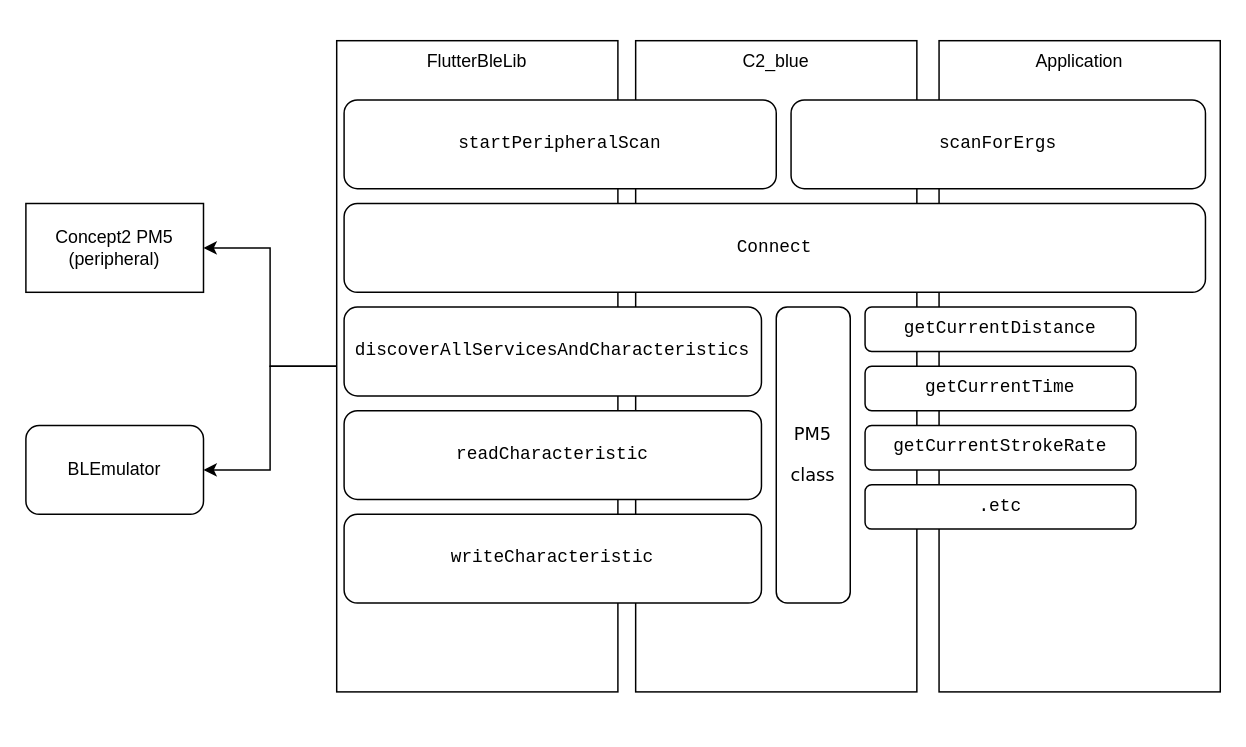
The draw.io diagram docs/diagrams/C2_blue_design.drawio in OpenRowingCommunity/c2bluetooth, before the edit. Source tidied: cells renumbered, new cells numbered last; positions are measured from the earlier drawing's top-left corner, leaving out a move shared by most shapes. Both pictures are drawn from the tidied source at 148%, with x=0, y=0 at pixel (25, 40).
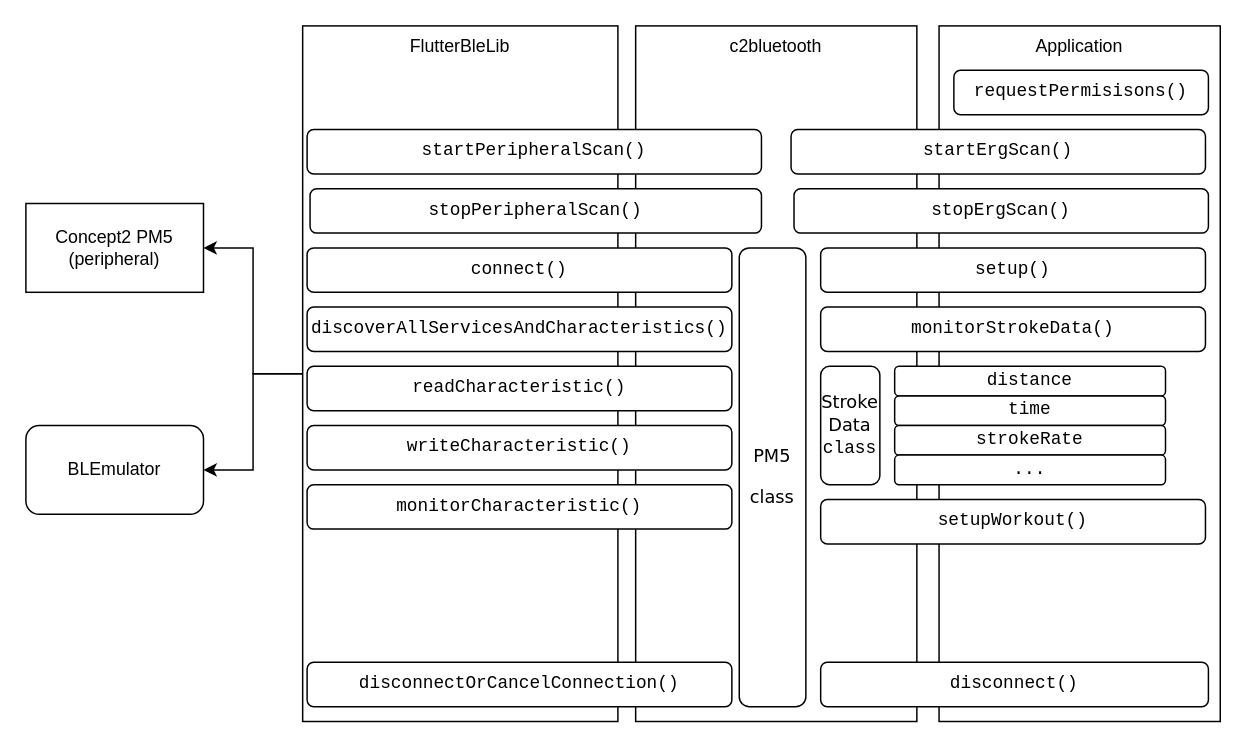
Above is the later version.

Commit message:
update design diagram with more methods

The edit, as a diff of the source:
```diff
@@
     <mxCell id="6" value="FlutterBleLib" style="rounded=0;whiteSpace=wrap;html=1;verticalAlign=top;" parent="1" vertex="1">
-      <mxGeometry x="210" width="190" height="440" as="geometry" />
+      <mxGeometry x="187" y="-10" width="213" height="470" as="geometry" />
     </mxCell>
-    <mxCell id="7" value="C2_blue" style="rounded=0;whiteSpace=wrap;html=1;verticalAlign=top;" parent="1" vertex="1">
-      <mxGeometry x="412" width="190" height="440" as="geometry" />
+    <mxCell id="7" value="c2bluetooth" style="rounded=0;whiteSpace=wrap;html=1;verticalAlign=top;" parent="1" vertex="1">
+      <mxGeometry x="412" y="-10" width="190" height="470" as="geometry" />
     </mxCell>
     <mxCell id="8" value="Application" style="rounded=0;whiteSpace=wrap;html=1;verticalAlign=top;" parent="1" vertex="1">
-      <mxGeometry x="617" width="190" height="440" as="geometry" />
+      <mxGeometry x="617" y="-10" width="190" height="470" as="geometry" />
     </mxCell>
-    <mxCell id="9" value="&lt;pre&gt;&lt;span class=&quot;pl-en&quot;&gt;startPeripheralScan&lt;/span&gt;&lt;/pre&gt;" style="rounded=1;whiteSpace=wrap;html=1;" parent="1" vertex="1">
-      <mxGeometry x="215" y="40" width="292" height="60" as="geometry" />
+    <mxCell id="9" value="&lt;pre&gt;&lt;span class=&quot;pl-en&quot;&gt;startPeripheralScan()&lt;/span&gt;&lt;/pre&gt;" style="rounded=1;whiteSpace=wrap;html=1;" parent="1" vertex="1">
+      <mxGeometry x="190" y="60" width="307" height="30" as="geometry" />
     </mxCell>
-    <mxCell id="10" value="&lt;pre&gt;&lt;span class=&quot;pl-en&quot;&gt;Connect&lt;/span&gt;&lt;/pre&gt;" style="rounded=1;whiteSpace=wrap;html=1;" parent="1" vertex="1">
-      <mxGeometry x="215" y="110" width="582" height="60" as="geometry" />
+    <mxCell id="10" value="&lt;pre&gt;&lt;span class=&quot;pl-en&quot;&gt;connect()&lt;/span&gt;&lt;/pre&gt;" style="rounded=1;whiteSpace=wrap;html=1;" parent="1" vertex="1">
+      <mxGeometry x="190" y="140" width="287" height="30" as="geometry" />
     </mxCell>
-    <mxCell id="11" value="&lt;pre&gt;&lt;span class=&quot;pl-en&quot;&gt;discoverAllServicesAndCharacteristics&lt;/span&gt;&lt;/pre&gt;" style="rounded=1;whiteSpace=wrap;html=1;" parent="1" vertex="1">
-      <mxGeometry x="215" y="180" width="282" height="60" as="geometry" />
+    <mxCell id="11" value="&lt;pre&gt;&lt;span class=&quot;pl-en&quot;&gt;discoverAllServicesAndCharacteristics()&lt;/span&gt;&lt;/pre&gt;" style="rounded=1;whiteSpace=wrap;html=1;" parent="1" vertex="1">
+      <mxGeometry x="190" y="180" width="287" height="30" as="geometry" />
     </mxCell>
-    <mxCell id="12" value="&lt;pre&gt;scanForErgs&lt;/pre&gt;" style="rounded=1;whiteSpace=wrap;html=1;" parent="1" vertex="1">
-      <mxGeometry x="517" y="40" width="280" height="60" as="geometry" />
+    <mxCell id="12" value="&lt;pre&gt;startErgScan()&lt;/pre&gt;" style="rounded=1;whiteSpace=wrap;html=1;" parent="1" vertex="1">
+      <mxGeometry x="517" y="60" width="280" height="30" as="geometry" />
     </mxCell>
-    <mxCell id="13" value="&lt;pre&gt;&lt;span class=&quot;pl-en&quot;&gt;readCharacteristic&lt;/span&gt;&lt;/pre&gt;" style="rounded=1;whiteSpace=wrap;html=1;" parent="1" vertex="1">
-      <mxGeometry x="215" y="250" width="282" height="60" as="geometry" />
+    <mxCell id="13" value="&lt;pre&gt;&lt;span class=&quot;pl-en&quot;&gt;readCharacteristic()&lt;/span&gt;&lt;/pre&gt;" style="rounded=1;whiteSpace=wrap;html=1;" parent="1" vertex="1">
+      <mxGeometry x="190" y="220" width="287" height="30" as="geometry" />
     </mxCell>
-    <mxCell id="14" value="&lt;pre&gt;&lt;span class=&quot;pl-en&quot;&gt;writeCharacteristic&lt;/span&gt;&lt;/pre&gt;" style="rounded=1;whiteSpace=wrap;html=1;" parent="1" vertex="1">
-      <mxGeometry x="215" y="320" width="282" height="60" as="geometry" />
+    <mxCell id="14" value="&lt;pre&gt;&lt;span class=&quot;pl-en&quot;&gt;writeCharacteristic()&lt;/span&gt;&lt;/pre&gt;" style="rounded=1;whiteSpace=wrap;html=1;" parent="1" vertex="1">
+      <mxGeometry x="190" y="260" width="287" height="30" as="geometry" />
     </mxCell>
     <mxCell id="15" value="&lt;pre&gt;&lt;span class=&quot;pl-en&quot;&gt;&lt;font face=&quot;Verdana&quot;&gt;PM5&lt;/font&gt;&lt;/span&gt;&lt;/pre&gt;&lt;pre&gt;&lt;span class=&quot;pl-en&quot;&gt;&lt;font face=&quot;Verdana&quot;&gt;class&lt;/font&gt;&lt;/span&gt;&lt;/pre&gt;" style="rounded=1;whiteSpace=wrap;html=1;" parent="1" vertex="1">
-      <mxGeometry x="507" y="180" width="50" height="200" as="geometry" />
+      <mxGeometry x="482" y="140" width="45" height="310" as="geometry" />
     </mxCell>
-    <mxCell id="16" value="&lt;pre&gt;&lt;span class=&quot;pl-en&quot;&gt;getCurrentDistance&lt;/span&gt;&lt;/pre&gt;" style="rounded=1;whiteSpace=wrap;html=1;" parent="1" vertex="1">
-      <mxGeometry x="567" y="180" width="183" height="30" as="geometry" />
+    <mxCell id="16" value="&lt;pre&gt;&lt;span class=&quot;pl-en&quot;&gt;distance&lt;/span&gt;&lt;/pre&gt;" style="rounded=1;whiteSpace=wrap;html=1;" parent="1" vertex="1">
+      <mxGeometry x="587" y="220" width="183" height="20" as="geometry" />
     </mxCell>
-    <mxCell id="17" value="&lt;pre&gt;&lt;span class=&quot;pl-en&quot;&gt;getCurrentTime&lt;/span&gt;&lt;/pre&gt;" style="rounded=1;whiteSpace=wrap;html=1;" parent="1" vertex="1">
-      <mxGeometry x="567" y="220" width="183" height="30" as="geometry" />
+    <mxCell id="17" value="&lt;pre&gt;&lt;span class=&quot;pl-en&quot;&gt;time&lt;/span&gt;&lt;/pre&gt;" style="rounded=1;whiteSpace=wrap;html=1;" parent="1" vertex="1">
+      <mxGeometry x="587" y="240" width="183" height="20" as="geometry" />
     </mxCell>
-    <mxCell id="18" value="&lt;pre&gt;&lt;span class=&quot;pl-en&quot;&gt;getCurrentStrokeRate&lt;/span&gt;&lt;/pre&gt;" style="rounded=1;whiteSpace=wrap;html=1;" parent="1" vertex="1">
-      <mxGeometry x="567" y="260" width="183" height="30" as="geometry" />
-    </mxCell>
-    <mxCell id="19" value="&lt;pre&gt;&lt;span class=&quot;pl-en&quot;&gt;.etc&lt;/span&gt;&lt;/pre&gt;" style="rounded=1;whiteSpace=wrap;html=1;" parent="1" vertex="1">
-      <mxGeometry x="567" y="300" width="183" height="30" as="geometry" />
-    </mxCell>
+    <mxCell id="20" value="&lt;pre&gt;&lt;span class=&quot;pl-en&quot;&gt;stopPeripheralScan()&lt;/span&gt;&lt;/pre&gt;" style="rounded=1;whiteSpace=wrap;html=1;" parent="1" vertex="1">
+      <mxGeometry x="192" y="100" width="305" height="30" as="geometry" />
+    </mxCell>
+    <mxCell id="21" value="&lt;pre&gt;&lt;span class=&quot;pl-en&quot;&gt;setup()&lt;/span&gt;&lt;/pre&gt;" style="rounded=1;whiteSpace=wrap;html=1;" parent="1" vertex="1">
+      <mxGeometry x="537" y="140" width="260" height="30" as="geometry" />
+    </mxCell>
+    <mxCell id="22" value="&lt;pre&gt;stopErgScan()&lt;/pre&gt;" style="rounded=1;whiteSpace=wrap;html=1;" parent="1" vertex="1">
+      <mxGeometry x="519" y="100" width="280" height="30" as="geometry" />
+    </mxCell>
+    <mxCell id="23" value="&lt;pre&gt;&lt;span class=&quot;pl-en&quot;&gt;disconnectOrCancelConnection()&lt;/span&gt;&lt;/pre&gt;" style="rounded=1;whiteSpace=wrap;html=1;" parent="1" vertex="1">
+      <mxGeometry x="190" y="420" width="287" height="30" as="geometry" />
+    </mxCell>
+    <mxCell id="24" value="&lt;pre&gt;&lt;span class=&quot;pl-en&quot;&gt;disconnect()&lt;/span&gt;&lt;/pre&gt;" style="rounded=1;whiteSpace=wrap;html=1;" parent="1" vertex="1">
+      <mxGeometry x="537" y="420" width="262" height="30" as="geometry" />
+    </mxCell>
+    <mxCell id="25" value="&lt;pre&gt;&lt;span class=&quot;pl-en&quot;&gt;monitorCharacteristic()&lt;/span&gt;&lt;/pre&gt;" style="rounded=1;whiteSpace=wrap;html=1;" parent="1" vertex="1">
+      <mxGeometry x="190" y="300" width="287" height="30" as="geometry" />
+    </mxCell>
+    <mxCell id="26" value="&lt;pre&gt;&lt;font face=&quot;Verdana&quot;&gt;Stroke&lt;br&gt;Data&lt;br/&gt;&lt;/font&gt;class&lt;/pre&gt;" style="rounded=1;whiteSpace=wrap;html=1;" parent="1" vertex="1">
+      <mxGeometry x="537" y="220" width="40" height="80" as="geometry" />
+    </mxCell>
+    <mxCell id="27" value="&lt;pre&gt;&lt;span class=&quot;pl-en&quot;&gt;monitorStrokeData&lt;/span&gt;()&lt;/pre&gt;" style="rounded=1;whiteSpace=wrap;html=1;" parent="1" vertex="1">
+      <mxGeometry x="537" y="180" width="260" height="30" as="geometry" />
+    </mxCell>
+    <mxCell id="28" value="&lt;pre&gt;strokeRate&lt;/pre&gt;" style="rounded=1;whiteSpace=wrap;html=1;" parent="1" vertex="1">
+      <mxGeometry x="587" y="260" width="183" height="20" as="geometry" />
+    </mxCell>
+    <mxCell id="29" value="&lt;pre&gt;&lt;span class=&quot;pl-en&quot;&gt;...&lt;/span&gt;&lt;/pre&gt;" style="rounded=1;whiteSpace=wrap;html=1;" parent="1" vertex="1">
+      <mxGeometry x="587" y="280" width="183" height="20" as="geometry" />
+    </mxCell>
+    <mxCell id="30" value="&lt;pre&gt;&lt;span class=&quot;pl-en&quot;&gt;setupWorkout()&lt;/span&gt;&lt;/pre&gt;" style="rounded=1;whiteSpace=wrap;html=1;" parent="1" vertex="1">
+      <mxGeometry x="537" y="310" width="260" height="30" as="geometry" />
+    </mxCell>
+    <mxCell id="31" value="&lt;pre&gt;requestPermisisons()&lt;/pre&gt;" style="rounded=1;whiteSpace=wrap;html=1;" parent="1" vertex="1">
+      <mxGeometry x="627" y="20" width="172" height="30" as="geometry" />
+    </mxCell>
```
